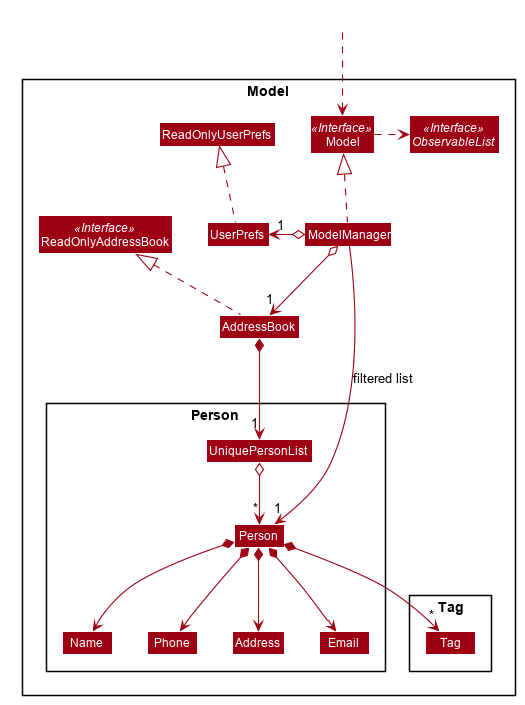
This is docs/images/ModelClassDiagram.png from nus-cs2103-AY1920S2/addressbook-level3, a PlantUML export, as it was before one commit.
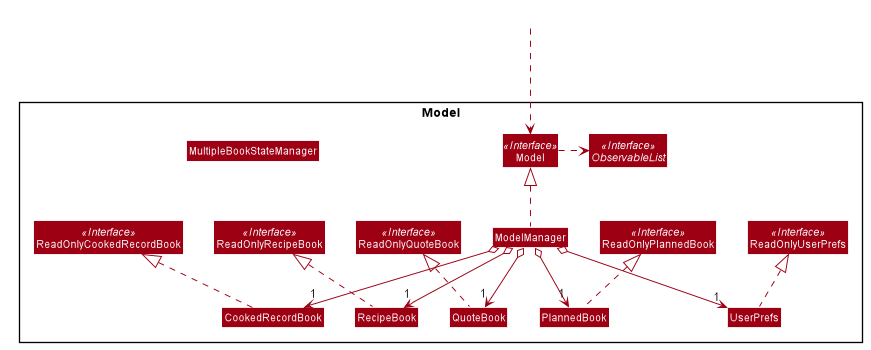
Above is the later version.

Commit message:
Model diagrams

Diff of the diagram source:
```diff
@@ -47,57 +47,55 @@
 hide footbox
 hide members
 hide circle
+
 skinparam arrowThickness 1.1
 skinparam arrowColor #9D0012
 skinparam classBackgroundColor #9D0012
 
+Class HiddenOutside #FFFFFF
+
 Package Model <<Rectangle>>{
-Interface ReadOnlyAddressBook <<Interface>>
+
 Interface Model <<Interface>>
 Interface ObservableList <<Interface>>
-Class AddressBook
-Class ReadOnlyAddressBook
+Interface ReadOnlyRecipeBook <<Interface>>
+Interface ReadOnlyUserPrefs <<Interface>>
+Interface ReadOnlyPlannedBook <<Interface>>
+Interface ReadOnlyCookedRecordBook <<Interface>>
+Interface ReadOnlyQuoteBook <<Interface>>
+
+Class RecipeBook
+Class ReadOnlyRecipeBook
+Class PlannedBook
+Class ReadOnlyPlannedBook
+Class CookedRecordBook
+Class ReadOnlyCookedRecordBook
+Class QuoteBook
+Class ReadOnlyQuoteBook
 Class Model
 Class ModelManager
+Class MultipleBookStateManager
 Class UserPrefs
 Class ReadOnlyUserPrefs
 
-Package Person {
-Class Person
-Class Address
-Class Email
-Class Name
-Class Phone
-Class UniquePersonList
-}
+HiddenOutside ...> Model
 
-Package Tag {
-Class Tag
-}
-}
-
-Class HiddenOutside #FFFFFF
-HiddenOutside ..> Model
-
-AddressBook .up.|> ReadOnlyAddressBook
+RecipeBook .up.|> ReadOnlyRecipeBook
+PlannedBook .up.|> ReadOnlyPlannedBook
+CookedRecordBook .up.|> ReadOnlyCookedRecordBook
+QuoteBook .up.|> ReadOnlyQuoteBook
 
 ModelManager .up.|> Model
 Model .right.> ObservableList
-ModelManager o--> "1" AddressBook
-ModelManager o-left-> "1" UserPrefs
+ModelManager o--> "1" UserPrefs
+ModelManager o--> "1" CookedRecordBook
+ModelManager o--> "1" RecipeBook
+ModelManager o--> "1" QuoteBook
+ModelManager o--> "1" PlannedBook
 UserPrefs .up.|> ReadOnlyUserPrefs
 
-AddressBook *--> "1" UniquePersonList
-UniquePersonList o--> "*" Person
-Person *--> Name
-Person *--> Phone
-Person *--> Email
-Person *--> Address
-Person *--> "*" Tag
+CookedRecordBook -[hidden]right-> RecipeBook
+RecipeBook -[hidden]right-> QuoteBook
+QuoteBook -[hidden]right-> PlannedBook
 
-Name -[hidden]right-> Phone
-Phone -[hidden]right-> Address
-Address -[hidden]right-> Email
-
-ModelManager -->"1" Person : filtered list
 @enduml
```
